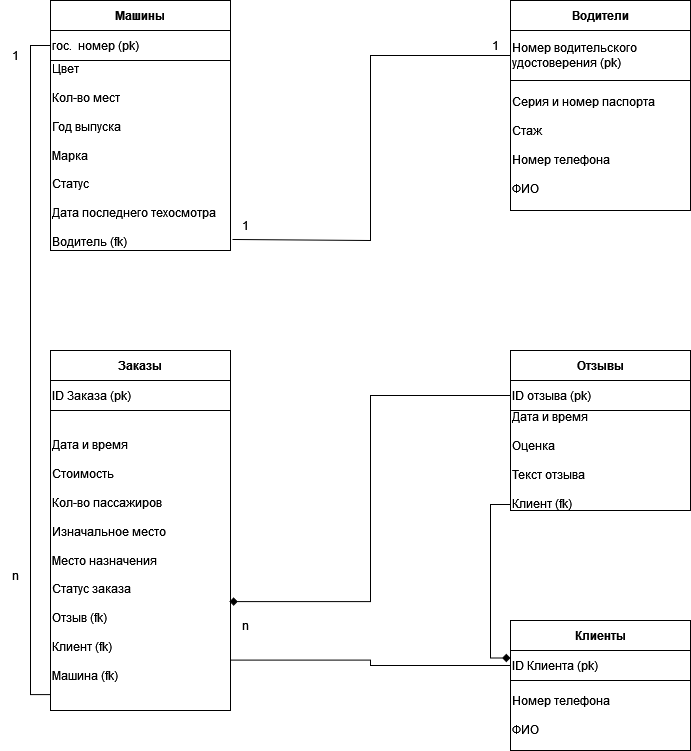
Earlier version of the draw.io export docs/IndividualTask2/idef1x.drawio.png (Nikita-Isaichenko/Database). Source tidied: cells renumbered, new cells last; positions are measured from the earlier drawing's top-left corner, leaving out a move shared by most shapes. Source of this version:
```xml
<mxGraphModel>
  <root>
    <mxCell id="0" />
    <mxCell id="1" parent="0" />
    <mxCell id="2" value="Машины" style="swimlane;whiteSpace=wrap;html=1;startSize=30;" parent="1" vertex="1">
      <mxGeometry x="50" width="180" height="250" as="geometry" />
    </mxCell>
    <mxCell id="3" value="&lt;div&gt;гос.&amp;nbsp; номер (pk)&lt;br&gt;&lt;/div&gt;" style="rounded=0;whiteSpace=wrap;html=1;align=left;" parent="2" vertex="1">
      <mxGeometry y="30" width="180" height="30" as="geometry" />
    </mxCell>
    <mxCell id="4" value="&lt;div&gt;Цвет&lt;/div&gt;&lt;div&gt;&lt;br&gt;&lt;/div&gt;&lt;div&gt;Кол-во мест&lt;/div&gt;&lt;div&gt;&lt;br&gt;&lt;/div&gt;&lt;div&gt;Год выпуска&lt;/div&gt;&lt;div&gt;&lt;br&gt;&lt;/div&gt;&lt;div&gt;Марка&lt;/div&gt;&lt;div&gt;&lt;br&gt;&lt;/div&gt;&lt;div&gt;Статус&lt;/div&gt;&lt;div&gt;&lt;br&gt;&lt;/div&gt;&lt;div&gt;Дата последнего техосмотра&lt;/div&gt;&lt;div&gt;&lt;br&gt;&lt;/div&gt;&lt;div&gt;Водитель (fk)&lt;br&gt;&lt;/div&gt;" style="rounded=0;whiteSpace=wrap;html=1;align=left;" parent="2" vertex="1">
      <mxGeometry y="60" width="180" height="190" as="geometry" />
    </mxCell>
    <mxCell id="5" value="Водители" style="swimlane;whiteSpace=wrap;html=1;startSize=30;" parent="1" vertex="1">
      <mxGeometry x="510" width="180" height="210" as="geometry" />
    </mxCell>
    <mxCell id="6" value="Номер водительского удостоверения (pk)" style="rounded=0;whiteSpace=wrap;html=1;align=left;" parent="5" vertex="1">
      <mxGeometry y="30" width="180" height="50" as="geometry" />
    </mxCell>
    <mxCell id="7" value="&lt;div&gt;Серия и номер паспорта&lt;/div&gt;&lt;div&gt;&lt;br&gt;&lt;/div&gt;&lt;div&gt;Стаж&lt;/div&gt;&lt;div&gt;&lt;br&gt;&lt;/div&gt;&lt;div&gt;Номер телефона&lt;/div&gt;&lt;div&gt;&lt;br&gt;&lt;/div&gt;&lt;div&gt;ФИО&lt;/div&gt;" style="rounded=0;whiteSpace=wrap;html=1;align=left;" parent="5" vertex="1">
      <mxGeometry y="80" width="180" height="130" as="geometry" />
    </mxCell>
    <mxCell id="8" value="Заказы" style="swimlane;whiteSpace=wrap;html=1;startSize=30;" parent="1" vertex="1">
      <mxGeometry x="50" y="350" width="180" height="360" as="geometry" />
    </mxCell>
    <mxCell id="9" value="ID Заказа (pk)" style="rounded=0;whiteSpace=wrap;html=1;align=left;" parent="8" vertex="1">
      <mxGeometry y="30" width="180" height="30" as="geometry" />
    </mxCell>
    <mxCell id="10" value="&lt;div&gt;Дата и время&lt;/div&gt;&lt;div&gt;&lt;br&gt;&lt;/div&gt;&lt;div&gt;Стоимость&lt;/div&gt;&lt;div&gt;&lt;br&gt;&lt;/div&gt;&lt;div&gt;Кол-во пассажиров&lt;/div&gt;&lt;div&gt;&lt;br&gt;&lt;/div&gt;&lt;div&gt;Изначальное место&lt;/div&gt;&lt;div&gt;&lt;br&gt;&lt;/div&gt;&lt;div&gt;Место назначения&lt;/div&gt;&lt;div&gt;&lt;br&gt;&lt;/div&gt;&lt;div&gt;Статус заказа&lt;/div&gt;&lt;div&gt;&lt;br&gt;&lt;/div&gt;&lt;div&gt;Отзыв (fk)&lt;br&gt;&lt;/div&gt;&lt;div&gt;&lt;br&gt;&lt;/div&gt;&lt;div&gt;Клиент (fk)&lt;br&gt;&lt;/div&gt;&lt;div&gt;&lt;br&gt;&lt;/div&gt;&lt;div&gt;Машина (fk)&lt;br&gt;&lt;/div&gt;" style="rounded=0;whiteSpace=wrap;html=1;align=left;" parent="8" vertex="1">
      <mxGeometry y="60" width="180" height="300" as="geometry" />
    </mxCell>
    <mxCell id="11" value="Отзывы" style="swimlane;whiteSpace=wrap;html=1;startSize=30;" parent="1" vertex="1">
      <mxGeometry x="510" y="350" width="180" height="160" as="geometry" />
    </mxCell>
    <mxCell id="12" value="ID отзыва (pk)" style="rounded=0;whiteSpace=wrap;html=1;align=left;" parent="11" vertex="1">
      <mxGeometry y="30" width="180" height="30" as="geometry" />
    </mxCell>
    <mxCell id="13" value="&lt;div&gt;Дата и время&lt;/div&gt;&lt;div&gt;&lt;br&gt;&lt;/div&gt;&lt;div&gt;Оценка&lt;/div&gt;&lt;div&gt;&lt;br&gt;&lt;/div&gt;&lt;div&gt;Текст отзыва&lt;/div&gt;&lt;div&gt;&lt;br&gt;&lt;/div&gt;&lt;div&gt;Клиент (fk)&lt;br&gt;&lt;/div&gt;" style="rounded=0;whiteSpace=wrap;html=1;align=left;" parent="11" vertex="1">
      <mxGeometry y="60" width="180" height="100" as="geometry" />
    </mxCell>
    <mxCell id="14" value="Клиенты" style="swimlane;whiteSpace=wrap;html=1;startSize=30;" parent="1" vertex="1">
      <mxGeometry x="510" y="620" width="180" height="130" as="geometry" />
    </mxCell>
    <mxCell id="15" value="ID Клиента (pk)" style="rounded=0;whiteSpace=wrap;html=1;align=left;" parent="14" vertex="1">
      <mxGeometry y="30" width="180" height="30" as="geometry" />
    </mxCell>
    <mxCell id="16" value="&lt;div&gt;Номер телефона&lt;/div&gt;&lt;div&gt;&lt;br&gt;&lt;/div&gt;&lt;div&gt;ФИО&lt;br&gt;&lt;/div&gt;" style="rounded=0;whiteSpace=wrap;html=1;align=left;" parent="14" vertex="1">
      <mxGeometry y="60" width="180" height="70" as="geometry" />
    </mxCell>
    <mxCell id="17" style="edgeStyle=orthogonalEdgeStyle;rounded=0;jettySize=auto;html=1;exitX=0;exitY=0.5;exitDx=0;exitDy=0;entryX=1.011;entryY=0.942;entryDx=0;entryDy=0;entryPerimeter=0;endArrow=none;endFill=0;" parent="1" edge="1" source="6" target="4">
      <mxGeometry relative="1" as="geometry">
        <Array as="points">
          <mxPoint x="370" y="55" />
          <mxPoint x="370" y="240" />
        </Array>
      </mxGeometry>
    </mxCell>
    <mxCell id="18" value="1" style="text;html=1;align=center;verticalAlign=middle;strokeColor=none;fillColor=none;" parent="1" vertex="1">
      <mxGeometry x="230" y="210" width="30" height="30" as="geometry" />
    </mxCell>
    <mxCell id="19" value="1" style="text;html=1;align=center;verticalAlign=middle;strokeColor=none;fillColor=none;" parent="1" vertex="1">
      <mxGeometry x="480" y="30" width="30" height="30" as="geometry" />
    </mxCell>
    <mxCell id="20" style="edgeStyle=orthogonalEdgeStyle;rounded=0;jettySize=auto;html=1;exitX=0;exitY=0.5;exitDx=0;exitDy=0;entryX=0;entryY=0.947;entryDx=0;entryDy=0;entryPerimeter=0;endArrow=none;endFill=0;" parent="1" edge="1" source="3" target="10">
      <mxGeometry relative="1" as="geometry" />
    </mxCell>
    <mxCell id="21" value="1" style="text;html=1;align=center;verticalAlign=middle;strokeColor=none;fillColor=none;" parent="1" vertex="1">
      <mxGeometry y="40" width="30" height="30" as="geometry" />
    </mxCell>
    <mxCell id="22" value="n" style="text;html=1;align=center;verticalAlign=middle;strokeColor=none;fillColor=none;" parent="1" vertex="1">
      <mxGeometry y="560" width="30" height="30" as="geometry" />
    </mxCell>
    <mxCell id="23" style="edgeStyle=orthogonalEdgeStyle;rounded=0;jettySize=auto;html=1;exitX=0;exitY=0.5;exitDx=0;exitDy=0;entryX=1;entryY=0.832;entryDx=0;entryDy=0;entryPerimeter=0;endArrow=none;endFill=0;" parent="1" edge="1" source="15" target="10">
      <mxGeometry relative="1" as="geometry" />
    </mxCell>
    <mxCell id="24" value="n" style="text;html=1;align=center;verticalAlign=middle;strokeColor=none;fillColor=none;" parent="1" vertex="1">
      <mxGeometry x="230" y="610" width="30" height="30" as="geometry" />
    </mxCell>
    <mxCell id="25" style="edgeStyle=orthogonalEdgeStyle;rounded=0;jettySize=auto;html=1;entryX=0;entryY=0.25;entryDx=0;entryDy=0;endArrow=diamond;endFill=1;exitX=0;exitY=0.94;exitDx=0;exitDy=0;exitPerimeter=0;" parent="1" edge="1" source="13" target="15">
      <mxGeometry relative="1" as="geometry" />
    </mxCell>
    <mxCell id="26" style="edgeStyle=orthogonalEdgeStyle;rounded=0;jettySize=auto;html=1;exitX=0;exitY=0.5;exitDx=0;exitDy=0;entryX=0.994;entryY=0.637;entryDx=0;entryDy=0;entryPerimeter=0;endArrow=diamond;endFill=1;" parent="1" edge="1" source="12" target="10">
      <mxGeometry relative="1" as="geometry" />
    </mxCell>
  </root>
</mxGraphModel>
```
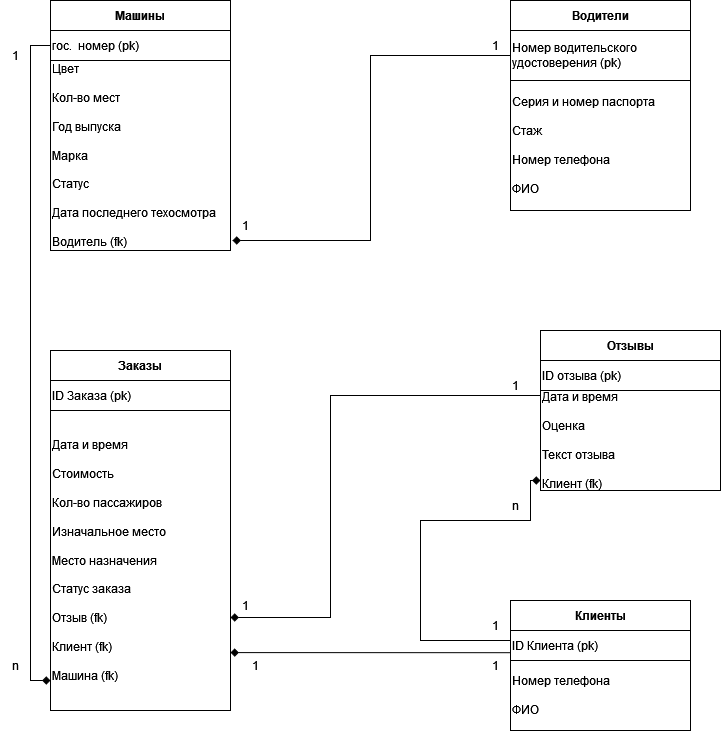
After the change.

Commit message:
docs(idef1x): изменен

The edit, as a diff of the source:
```diff
@@ -30,7 +30,7 @@
       <mxGeometry y="60" width="180" height="300" as="geometry" />
     </mxCell>
     <mxCell id="11" value="Отзывы" style="swimlane;whiteSpace=wrap;html=1;startSize=30;" parent="1" vertex="1">
-      <mxGeometry x="510" y="350" width="180" height="160" as="geometry" />
+      <mxGeometry x="540" y="330" width="180" height="160" as="geometry" />
     </mxCell>
     <mxCell id="12" value="ID отзыва (pk)" style="rounded=0;whiteSpace=wrap;html=1;align=left;" parent="11" vertex="1">
       <mxGeometry y="30" width="180" height="30" as="geometry" />
@@ -39,7 +39,7 @@
       <mxGeometry y="60" width="180" height="100" as="geometry" />
     </mxCell>
     <mxCell id="14" value="Клиенты" style="swimlane;whiteSpace=wrap;html=1;startSize=30;" parent="1" vertex="1">
-      <mxGeometry x="510" y="620" width="180" height="130" as="geometry" />
+      <mxGeometry x="510" y="600" width="180" height="130" as="geometry" />
     </mxCell>
     <mxCell id="15" value="ID Клиента (pk)" style="rounded=0;whiteSpace=wrap;html=1;align=left;" parent="14" vertex="1">
       <mxGeometry y="30" width="180" height="30" as="geometry" />
@@ -47,7 +47,7 @@
     <mxCell id="16" value="&lt;div&gt;Номер телефона&lt;/div&gt;&lt;div&gt;&lt;br&gt;&lt;/div&gt;&lt;div&gt;ФИО&lt;br&gt;&lt;/div&gt;" style="rounded=0;whiteSpace=wrap;html=1;align=left;" parent="14" vertex="1">
       <mxGeometry y="60" width="180" height="70" as="geometry" />
     </mxCell>
-    <mxCell id="17" style="edgeStyle=orthogonalEdgeStyle;rounded=0;jettySize=auto;html=1;exitX=0;exitY=0.5;exitDx=0;exitDy=0;entryX=1.011;entryY=0.942;entryDx=0;entryDy=0;entryPerimeter=0;endArrow=none;endFill=0;" parent="1" edge="1" source="6" target="4">
+    <mxCell id="17" style="edgeStyle=orthogonalEdgeStyle;rounded=0;jettySize=auto;html=1;exitX=0;exitY=0.5;exitDx=0;exitDy=0;entryX=1.011;entryY=0.942;entryDx=0;entryDy=0;entryPerimeter=0;endArrow=diamond;endFill=1;" parent="1" edge="1" source="6" target="4">
       <mxGeometry relative="1" as="geometry">
         <Array as="points">
           <mxPoint x="370" y="55" />
@@ -61,26 +61,65 @@
     <mxCell id="19" value="1" style="text;html=1;align=center;verticalAlign=middle;strokeColor=none;fillColor=none;" parent="1" vertex="1">
       <mxGeometry x="480" y="30" width="30" height="30" as="geometry" />
     </mxCell>
-    <mxCell id="20" style="edgeStyle=orthogonalEdgeStyle;rounded=0;jettySize=auto;html=1;exitX=0;exitY=0.5;exitDx=0;exitDy=0;entryX=0;entryY=0.947;entryDx=0;entryDy=0;entryPerimeter=0;endArrow=none;endFill=0;" parent="1" edge="1" source="3" target="10">
-      <mxGeometry relative="1" as="geometry" />
+    <mxCell id="20" style="edgeStyle=orthogonalEdgeStyle;rounded=0;jettySize=auto;html=1;exitX=0;exitY=0.5;exitDx=0;exitDy=0;endArrow=diamond;endFill=1;entryX=0;entryY=0.9;entryDx=0;entryDy=0;entryPerimeter=0;" parent="1" edge="1" source="3" target="10">
+      <mxGeometry relative="1" as="geometry">
+        <Array as="points">
+          <mxPoint x="30" y="45" />
+          <mxPoint x="30" y="680" />
+        </Array>
+      </mxGeometry>
     </mxCell>
     <mxCell id="21" value="1" style="text;html=1;align=center;verticalAlign=middle;strokeColor=none;fillColor=none;" parent="1" vertex="1">
       <mxGeometry y="40" width="30" height="30" as="geometry" />
     </mxCell>
     <mxCell id="22" value="n" style="text;html=1;align=center;verticalAlign=middle;strokeColor=none;fillColor=none;" parent="1" vertex="1">
-      <mxGeometry y="560" width="30" height="30" as="geometry" />
+      <mxGeometry y="650" width="30" height="30" as="geometry" />
     </mxCell>
-    <mxCell id="23" style="edgeStyle=orthogonalEdgeStyle;rounded=0;jettySize=auto;html=1;exitX=0;exitY=0.5;exitDx=0;exitDy=0;entryX=1;entryY=0.832;entryDx=0;entryDy=0;entryPerimeter=0;endArrow=none;endFill=0;" parent="1" edge="1" source="15" target="10">
-      <mxGeometry relative="1" as="geometry" />
+    <mxCell id="23" style="edgeStyle=orthogonalEdgeStyle;rounded=0;jettySize=auto;html=1;exitX=0;exitY=0.5;exitDx=0;exitDy=0;entryX=1;entryY=0.807;entryDx=0;entryDy=0;entryPerimeter=0;endArrow=diamond;endFill=1;" parent="1" edge="1" source="15" target="10">
+      <mxGeometry relative="1" as="geometry">
+        <Array as="points">
+          <mxPoint x="510" y="652" />
+        </Array>
+      </mxGeometry>
     </mxCell>
     <mxCell id="24" value="n" style="text;html=1;align=center;verticalAlign=middle;strokeColor=none;fillColor=none;" parent="1" vertex="1">
-      <mxGeometry x="230" y="610" width="30" height="30" as="geometry" />
+      <mxGeometry x="500" y="490" width="30" height="30" as="geometry" />
     </mxCell>
-    <mxCell id="25" style="edgeStyle=orthogonalEdgeStyle;rounded=0;jettySize=auto;html=1;entryX=0;entryY=0.25;entryDx=0;entryDy=0;endArrow=diamond;endFill=1;exitX=0;exitY=0.94;exitDx=0;exitDy=0;exitPerimeter=0;" parent="1" edge="1" source="13" target="15">
-      <mxGeometry relative="1" as="geometry" />
-    </mxCell>
-    <mxCell id="26" style="edgeStyle=orthogonalEdgeStyle;rounded=0;jettySize=auto;html=1;exitX=0;exitY=0.5;exitDx=0;exitDy=0;entryX=0.994;entryY=0.637;entryDx=0;entryDy=0;entryPerimeter=0;endArrow=diamond;endFill=1;" parent="1" edge="1" source="12" target="10">
-      <mxGeometry relative="1" as="geometry" />
+    <mxCell id="26" style="edgeStyle=orthogonalEdgeStyle;rounded=0;jettySize=auto;html=1;exitX=0;exitY=0.5;exitDx=0;exitDy=0;endArrow=diamond;endFill=1;" parent="1" edge="1" source="12">
+      <mxGeometry relative="1" as="geometry">
+        <mxPoint x="230" y="617" as="targetPoint" />
+        <Array as="points">
+          <mxPoint x="330" y="395" />
+          <mxPoint x="330" y="617" />
+        </Array>
+      </mxGeometry>
     </mxCell>
+    <mxCell id="27" style="edgeStyle=orthogonalEdgeStyle;rounded=0;jettySize=auto;html=1;endArrow=diamond;endFill=1;entryX=0;entryY=0.9;entryDx=0;entryDy=0;entryPerimeter=0;" parent="1" edge="1" target="13">
+      <mxGeometry relative="1" as="geometry">
+        <mxPoint x="510" y="650" as="sourcePoint" />
+        <Array as="points">
+          <mxPoint x="510" y="640" />
+          <mxPoint x="420" y="640" />
+          <mxPoint x="420" y="520" />
+          <mxPoint x="530" y="520" />
+          <mxPoint x="530" y="480" />
+        </Array>
+      </mxGeometry>
+    </mxCell>
+    <mxCell id="28" value="1" style="text;html=1;align=center;verticalAlign=middle;strokeColor=none;fillColor=none;" parent="1" vertex="1">
+      <mxGeometry x="480" y="610" width="30" height="30" as="geometry" />
+    </mxCell>
+    <mxCell id="29" value="1" style="text;html=1;align=center;verticalAlign=middle;strokeColor=none;fillColor=none;" parent="1" vertex="1">
+      <mxGeometry x="230" y="590" width="30" height="30" as="geometry" />
+    </mxCell>
+    <mxCell id="30" value="1" style="text;html=1;align=center;verticalAlign=middle;strokeColor=none;fillColor=none;" parent="1" vertex="1">
+      <mxGeometry x="500" y="370" width="30" height="30" as="geometry" />
+    </mxCell>
+    <mxCell id="31" value="1" style="text;html=1;align=center;verticalAlign=middle;strokeColor=none;fillColor=none;" parent="1" vertex="1">
+      <mxGeometry x="240" y="650" width="30" height="30" as="geometry" />
+    </mxCell>
+    <mxCell id="32" value="1" style="text;html=1;align=center;verticalAlign=middle;strokeColor=none;fillColor=none;" parent="1" vertex="1">
+      <mxGeometry x="480" y="650" width="30" height="30" as="geometry" />
+    </mxCell>
   </root>
 </mxGraphModel>
```
